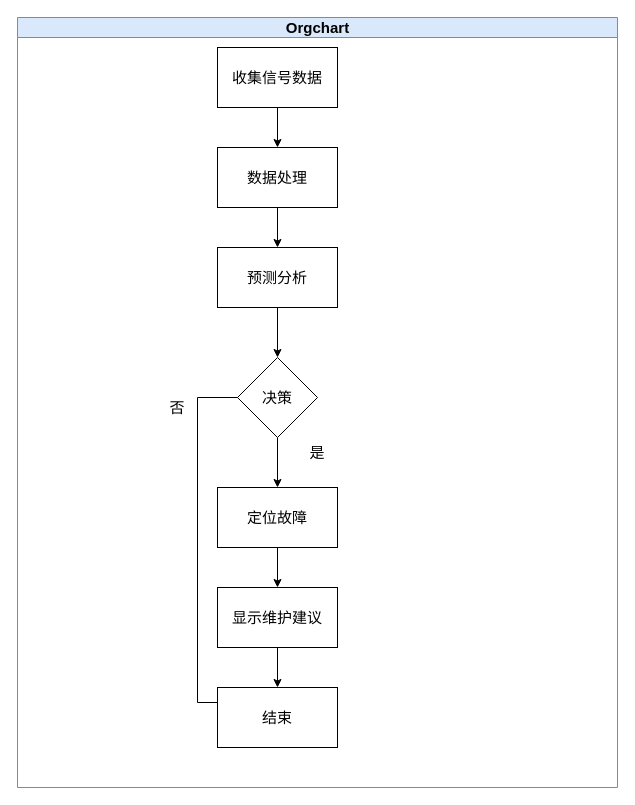
This is page "Page-1" (1 of 2) of 未命名绘图.drawio from mahao12/image, a draw.io file, before an edit. Source tidied: cells renumbered, new cells numbered last; positions are measured from the earlier drawing's top-left corner, leaving out a move shared by most shapes. Both pictures are drawn from the tidied source at 100%, with x=0, y=0 at pixel (17, 17).
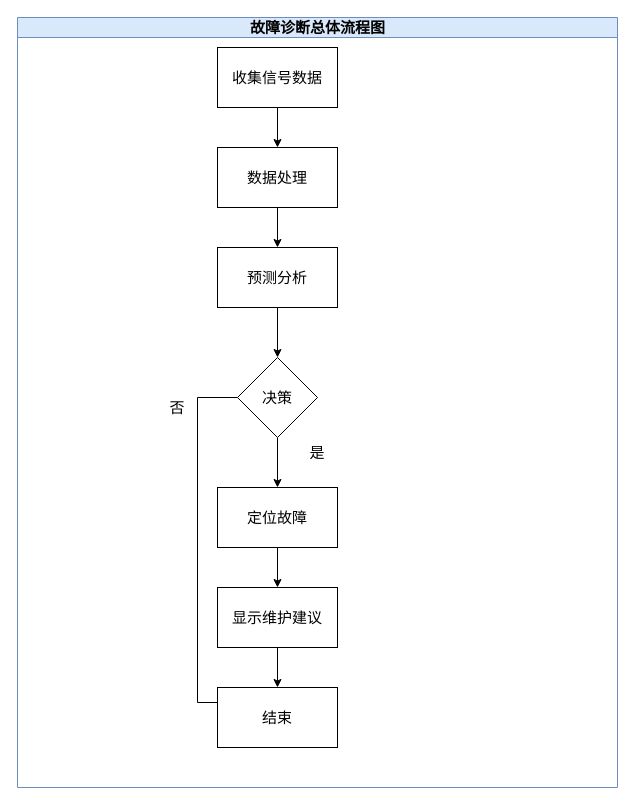
After the change.

Commit message:
更新未命名绘图.drawio

Change to the diagram source:
```diff
@@
-    <mxCell id="2" value="Orgchart" style="swimlane;html=1;startSize=20;horizontal=1;containerType=tree;glass=0;fillColor=#dae8fc;strokeColor=#6c8ebf;verticalAlign=middle;spacing=-2;fontSize=15;" parent="1" vertex="1">
+    <mxCell id="2" value="故障诊断总体流程图" style="swimlane;html=1;startSize=20;horizontal=1;containerType=tree;glass=0;fillColor=#dae8fc;strokeColor=#6c8ebf;verticalAlign=middle;spacing=-2;fontSize=15;" parent="1" vertex="1">
       <mxGeometry width="600" height="770" as="geometry" />
     </mxCell>
```
